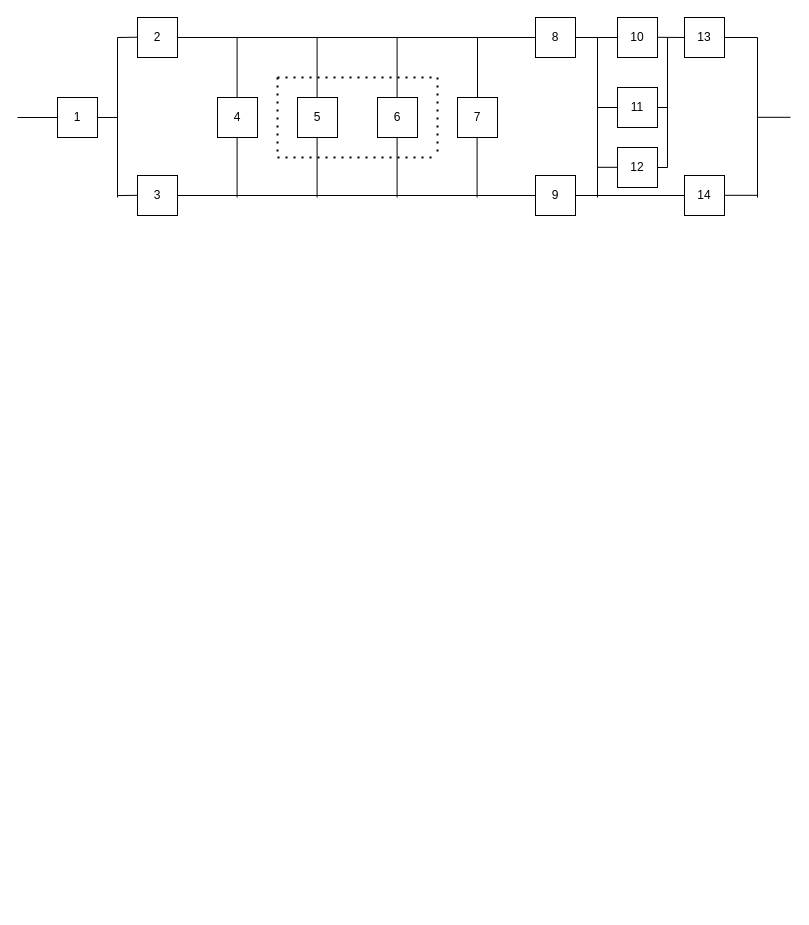
This is ikz.drawio from Janusz-Alexey/Draw_io, a draw.io file, before an edit. Source tidied: cells renumbered, new cells numbered last; positions are measured from the earlier drawing's top-left corner, leaving out a move shared by most shapes. Both pictures are drawn from the tidied source at 100%, with x=0, y=0 at pixel (17, 17).
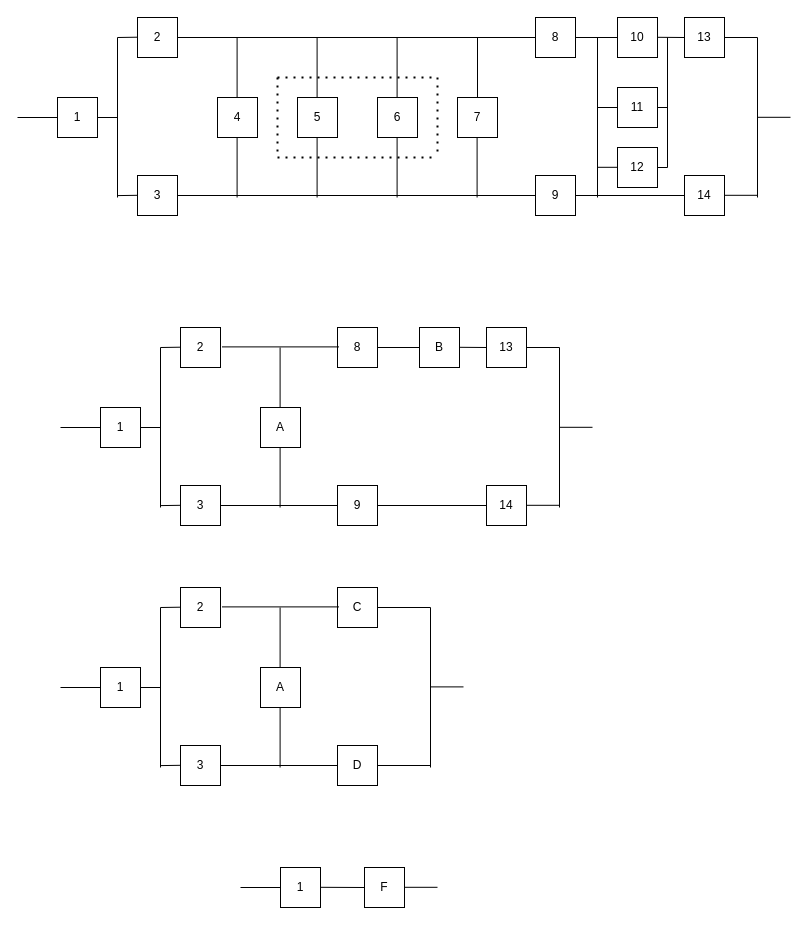
Above is the later version.

Diff of the diagram source:
```diff
@@
+    <mxCell id="48" value="1" style="whiteSpace=wrap;html=1;arcSize=10;" parent="1" vertex="1">
+      <mxGeometry x="83" y="390" width="40" height="40" as="geometry" />
+    </mxCell>
+    <mxCell id="49" value="2" style="whiteSpace=wrap;html=1;arcSize=10;" parent="1" vertex="1">
+      <mxGeometry x="163" y="310" width="40" height="40" as="geometry" />
+    </mxCell>
+    <mxCell id="50" value="3" style="whiteSpace=wrap;html=1;arcSize=10;" parent="1" vertex="1">
+      <mxGeometry x="163" y="468" width="40" height="40" as="geometry" />
+    </mxCell>
+    <mxCell id="51" value="8" style="whiteSpace=wrap;html=1;arcSize=10;" parent="1" vertex="1">
+      <mxGeometry x="320" y="310" width="40" height="40" as="geometry" />
+    </mxCell>
+    <mxCell id="52" value="9" style="whiteSpace=wrap;html=1;arcSize=10;" parent="1" vertex="1">
+      <mxGeometry x="320" y="468" width="40" height="40" as="geometry" />
+    </mxCell>
+    <mxCell id="53" value="B" style="whiteSpace=wrap;html=1;arcSize=10;" parent="1" vertex="1">
+      <mxGeometry x="402" y="310" width="40" height="40" as="geometry" />
+    </mxCell>
+    <mxCell id="54" value="13" style="whiteSpace=wrap;html=1;arcSize=10;" parent="1" vertex="1">
+      <mxGeometry x="469" y="310" width="40" height="40" as="geometry" />
+    </mxCell>
+    <mxCell id="55" value="14" style="whiteSpace=wrap;html=1;" parent="1" vertex="1">
+      <mxGeometry x="469" y="468" width="40" height="40" as="geometry" />
+    </mxCell>
+    <mxCell id="56" style="endArrow=none;html=1;rounded=0;entryX=0;entryY=0.5;entryDx=0;entryDy=0;" parent="1" edge="1" target="48">
+      <mxGeometry relative="1" as="geometry">
+        <mxPoint x="43" y="410" as="sourcePoint" />
+      </mxGeometry>
+    </mxCell>
+    <mxCell id="57" style="endArrow=none;html=1;rounded=0;entryX=0;entryY=0.5;entryDx=0;entryDy=0;" parent="1" edge="1">
+      <mxGeometry relative="1" as="geometry">
+        <mxPoint x="143" y="330" as="sourcePoint" />
+        <mxPoint x="163" y="329.7" as="targetPoint" />
+      </mxGeometry>
+    </mxCell>
+    <mxCell id="58" style="endArrow=none;html=1;rounded=0;entryX=0;entryY=0.5;entryDx=0;entryDy=0;" parent="1" edge="1">
+      <mxGeometry relative="1" as="geometry">
+        <mxPoint x="143" y="488.1" as="sourcePoint" />
+        <mxPoint x="163" y="487.8" as="targetPoint" />
+      </mxGeometry>
+    </mxCell>
+    <mxCell id="59" style="endArrow=none;html=1;rounded=0;" parent="1" edge="1">
+      <mxGeometry relative="1" as="geometry">
+        <mxPoint x="143" y="490" as="sourcePoint" />
+        <mxPoint x="143" y="330" as="targetPoint" />
+      </mxGeometry>
+    </mxCell>
+    <mxCell id="60" style="endArrow=none;html=1;rounded=0;entryX=1;entryY=0.5;entryDx=0;entryDy=0;" parent="1" edge="1" target="48">
+      <mxGeometry relative="1" as="geometry">
+        <mxPoint x="143" y="410" as="sourcePoint" />
+      </mxGeometry>
+    </mxCell>
+    <mxCell id="61" style="endArrow=none;html=1;rounded=0;entryX=0;entryY=0.5;entryDx=0;entryDy=0;exitX=1;exitY=0.5;exitDx=0;exitDy=0;" parent="1" edge="1" source="51" target="53">
+      <mxGeometry relative="1" as="geometry" />
+    </mxCell>
+    <mxCell id="62" style="endArrow=none;html=1;rounded=0;exitX=1;exitY=0.5;exitDx=0;exitDy=0;entryX=0;entryY=0.5;entryDx=0;entryDy=0;" parent="1" edge="1" source="52" target="55">
+      <mxGeometry relative="1" as="geometry" />
+    </mxCell>
+    <mxCell id="63" style="endArrow=none;html=1;rounded=0;entryX=0;entryY=0.5;entryDx=0;entryDy=0;" parent="1" edge="1" target="54">
+      <mxGeometry relative="1" as="geometry">
+        <mxPoint x="442" y="329.8" as="sourcePoint" />
+      </mxGeometry>
+    </mxCell>
+    <mxCell id="64" style="endArrow=none;html=1;rounded=0;entryX=1;entryY=0.5;entryDx=0;entryDy=0;" parent="1" edge="1" target="54">
+      <mxGeometry relative="1" as="geometry">
+        <mxPoint x="542" y="330" as="sourcePoint" />
+      </mxGeometry>
+    </mxCell>
+    <mxCell id="65" style="endArrow=none;html=1;rounded=0;entryX=1;entryY=0.5;entryDx=0;entryDy=0;" parent="1" edge="1">
+      <mxGeometry relative="1" as="geometry">
+        <mxPoint x="542" y="487.8" as="sourcePoint" />
+        <mxPoint x="509" y="487.8" as="targetPoint" />
+      </mxGeometry>
+    </mxCell>
+    <mxCell id="66" style="endArrow=none;html=1;rounded=0;" parent="1" edge="1">
+      <mxGeometry relative="1" as="geometry">
+        <mxPoint x="542" y="330" as="sourcePoint" />
+        <mxPoint x="542" y="490" as="targetPoint" />
+      </mxGeometry>
+    </mxCell>
+    <mxCell id="67" style="endArrow=none;html=1;rounded=0;entryX=1;entryY=0.5;entryDx=0;entryDy=0;" parent="1" edge="1">
+      <mxGeometry relative="1" as="geometry">
+        <mxPoint x="575" y="409.8" as="sourcePoint" />
+        <mxPoint x="542" y="409.8" as="targetPoint" />
+      </mxGeometry>
+    </mxCell>
+    <mxCell id="68" style="endArrow=none;html=1;rounded=0;exitX=0.5;exitY=0;exitDx=0;exitDy=0;" parent="1" edge="1">
+      <mxGeometry relative="1" as="geometry">
+        <mxPoint x="262.6" y="490" as="sourcePoint" />
+        <mxPoint x="262.6" y="430" as="targetPoint" />
+      </mxGeometry>
+    </mxCell>
+    <mxCell id="69" style="endArrow=none;html=1;rounded=0;exitX=0.5;exitY=0;exitDx=0;exitDy=0;" parent="1" edge="1">
+      <mxGeometry relative="1" as="geometry">
+        <mxPoint x="262.6" y="390" as="sourcePoint" />
+        <mxPoint x="262.6" y="330" as="targetPoint" />
+      </mxGeometry>
+    </mxCell>
+    <mxCell id="70" value="A" style="whiteSpace=wrap;html=1;arcSize=10;" parent="1" vertex="1">
+      <mxGeometry x="243" y="390" width="40" height="40" as="geometry" />
+    </mxCell>
+    <mxCell id="71" style="endArrow=none;html=1;rounded=0;exitX=1;exitY=0.5;exitDx=0;exitDy=0;entryX=0;entryY=0.5;entryDx=0;entryDy=0;" parent="1" edge="1" source="50" target="52">
+      <mxGeometry relative="1" as="geometry" />
+    </mxCell>
+    <mxCell id="72" style="endArrow=none;html=1;rounded=0;exitX=1;exitY=0.5;exitDx=0;exitDy=0;entryX=0;entryY=0.5;entryDx=0;entryDy=0;" parent="1" edge="1">
+      <mxGeometry relative="1" as="geometry">
+        <mxPoint x="204.5" y="329.4" as="sourcePoint" />
+        <mxPoint x="321.5" y="329.4" as="targetPoint" />
+      </mxGeometry>
+    </mxCell>
+    <mxCell id="73" value="1" style="whiteSpace=wrap;html=1;arcSize=10;" parent="1" vertex="1">
+      <mxGeometry x="83" y="650" width="40" height="40" as="geometry" />
+    </mxCell>
+    <mxCell id="74" value="2" style="whiteSpace=wrap;html=1;arcSize=10;" parent="1" vertex="1">
+      <mxGeometry x="163" y="570" width="40" height="40" as="geometry" />
+    </mxCell>
+    <mxCell id="75" value="3" style="whiteSpace=wrap;html=1;arcSize=10;" parent="1" vertex="1">
+      <mxGeometry x="163" y="728" width="40" height="40" as="geometry" />
+    </mxCell>
+    <mxCell id="76" value="D" style="whiteSpace=wrap;html=1;arcSize=10;" parent="1" vertex="1">
+      <mxGeometry x="320" y="728" width="40" height="40" as="geometry" />
+    </mxCell>
+    <mxCell id="77" value="C" style="whiteSpace=wrap;html=1;arcSize=10;" parent="1" vertex="1">
+      <mxGeometry x="320" y="570" width="40" height="40" as="geometry" />
+    </mxCell>
+    <mxCell id="78" style="endArrow=none;html=1;rounded=0;entryX=0;entryY=0.5;entryDx=0;entryDy=0;" parent="1" edge="1" target="73">
+      <mxGeometry relative="1" as="geometry">
+        <mxPoint x="43" y="670" as="sourcePoint" />
+      </mxGeometry>
+    </mxCell>
+    <mxCell id="79" style="endArrow=none;html=1;rounded=0;entryX=0;entryY=0.5;entryDx=0;entryDy=0;" parent="1" edge="1">
+      <mxGeometry relative="1" as="geometry">
+        <mxPoint x="143" y="590" as="sourcePoint" />
+        <mxPoint x="163" y="589.7" as="targetPoint" />
+      </mxGeometry>
+    </mxCell>
+    <mxCell id="80" style="endArrow=none;html=1;rounded=0;entryX=0;entryY=0.5;entryDx=0;entryDy=0;" parent="1" edge="1">
+      <mxGeometry relative="1" as="geometry">
+        <mxPoint x="143" y="748.1" as="sourcePoint" />
+        <mxPoint x="163" y="747.8" as="targetPoint" />
+      </mxGeometry>
+    </mxCell>
+    <mxCell id="81" style="endArrow=none;html=1;rounded=0;" parent="1" edge="1">
+      <mxGeometry relative="1" as="geometry">
+        <mxPoint x="143" y="750" as="sourcePoint" />
+        <mxPoint x="143" y="590" as="targetPoint" />
+      </mxGeometry>
+    </mxCell>
+    <mxCell id="82" style="endArrow=none;html=1;rounded=0;entryX=1;entryY=0.5;entryDx=0;entryDy=0;" parent="1" edge="1" target="73">
+      <mxGeometry relative="1" as="geometry">
+        <mxPoint x="143" y="670" as="sourcePoint" />
+      </mxGeometry>
+    </mxCell>
+    <mxCell id="83" style="endArrow=none;html=1;rounded=0;entryX=0;entryY=0.5;entryDx=0;entryDy=0;exitX=1;exitY=0.5;exitDx=0;exitDy=0;" parent="1" edge="1">
+      <mxGeometry relative="1" as="geometry">
+        <mxPoint x="360" y="590" as="sourcePoint" />
+        <mxPoint x="402" y="590" as="targetPoint" />
+      </mxGeometry>
+    </mxCell>
+    <mxCell id="84" style="endArrow=none;html=1;rounded=0;exitX=1;exitY=0.5;exitDx=0;exitDy=0;" parent="1" edge="1" source="76">
+      <mxGeometry relative="1" as="geometry">
+        <mxPoint x="413" y="748" as="targetPoint" />
+      </mxGeometry>
+    </mxCell>
+    <mxCell id="85" style="endArrow=none;html=1;rounded=0;entryX=1;entryY=0.5;entryDx=0;entryDy=0;" parent="1" edge="1" target="77">
+      <mxGeometry relative="1" as="geometry">
+        <mxPoint x="413" y="590" as="sourcePoint" />
+      </mxGeometry>
+    </mxCell>
+    <mxCell id="86" style="endArrow=none;html=1;rounded=0;" parent="1" edge="1">
+      <mxGeometry relative="1" as="geometry">
+        <mxPoint x="413" y="590" as="sourcePoint" />
+        <mxPoint x="413" y="750" as="targetPoint" />
+      </mxGeometry>
+    </mxCell>
+    <mxCell id="87" style="endArrow=none;html=1;rounded=0;entryX=1;entryY=0.5;entryDx=0;entryDy=0;" parent="1" edge="1">
+      <mxGeometry relative="1" as="geometry">
+        <mxPoint x="446" y="669.4" as="sourcePoint" />
+        <mxPoint x="413" y="669.4" as="targetPoint" />
+      </mxGeometry>
+    </mxCell>
+    <mxCell id="88" style="endArrow=none;html=1;rounded=0;exitX=0.5;exitY=0;exitDx=0;exitDy=0;" parent="1" edge="1">
+      <mxGeometry relative="1" as="geometry">
+        <mxPoint x="262.6" y="750" as="sourcePoint" />
+        <mxPoint x="262.6" y="690" as="targetPoint" />
+      </mxGeometry>
+    </mxCell>
+    <mxCell id="89" style="endArrow=none;html=1;rounded=0;exitX=0.5;exitY=0;exitDx=0;exitDy=0;" parent="1" edge="1">
+      <mxGeometry relative="1" as="geometry">
+        <mxPoint x="262.6" y="650" as="sourcePoint" />
+        <mxPoint x="262.6" y="590" as="targetPoint" />
+      </mxGeometry>
+    </mxCell>
+    <mxCell id="90" value="A" style="whiteSpace=wrap;html=1;arcSize=10;" parent="1" vertex="1">
+      <mxGeometry x="243" y="650" width="40" height="40" as="geometry" />
+    </mxCell>
+    <mxCell id="91" style="endArrow=none;html=1;rounded=0;exitX=1;exitY=0.5;exitDx=0;exitDy=0;entryX=0;entryY=0.5;entryDx=0;entryDy=0;" parent="1" edge="1" source="75" target="76">
+      <mxGeometry relative="1" as="geometry" />
+    </mxCell>
+    <mxCell id="92" style="endArrow=none;html=1;rounded=0;exitX=1;exitY=0.5;exitDx=0;exitDy=0;entryX=0;entryY=0.5;entryDx=0;entryDy=0;" parent="1" edge="1">
+      <mxGeometry relative="1" as="geometry">
+        <mxPoint x="204.5" y="589.4" as="sourcePoint" />
+        <mxPoint x="321.5" y="589.4" as="targetPoint" />
+      </mxGeometry>
+    </mxCell>
+    <mxCell id="93" value="1" style="whiteSpace=wrap;html=1;arcSize=10;" parent="1" vertex="1">
+      <mxGeometry x="263" y="850" width="40" height="40" as="geometry" />
+    </mxCell>
+    <mxCell id="94" style="endArrow=none;html=1;rounded=0;entryX=0;entryY=0.5;entryDx=0;entryDy=0;" parent="1" edge="1" target="93">
+      <mxGeometry relative="1" as="geometry">
+        <mxPoint x="223" y="870" as="sourcePoint" />
+      </mxGeometry>
+    </mxCell>
+    <mxCell id="95" value="F" style="whiteSpace=wrap;html=1;arcSize=10;" parent="1" vertex="1">
+      <mxGeometry x="347" y="850" width="40" height="40" as="geometry" />
+    </mxCell>
+    <mxCell id="96" style="endArrow=none;html=1;rounded=0;entryX=1;entryY=0.5;entryDx=0;entryDy=0;" parent="1" edge="1">
+      <mxGeometry relative="1" as="geometry">
+        <mxPoint x="420" y="869.8" as="sourcePoint" />
+        <mxPoint x="387" y="869.8" as="targetPoint" />
+      </mxGeometry>
+    </mxCell>
+    <mxCell id="97" style="endArrow=none;html=1;rounded=0;entryX=1;entryY=0.5;entryDx=0;entryDy=0;exitX=0;exitY=0.5;exitDx=0;exitDy=0;" parent="1" edge="1" source="95">
+      <mxGeometry relative="1" as="geometry">
+        <mxPoint x="303" y="869.8" as="targetPoint" />
+      </mxGeometry>
+    </mxCell>
```
